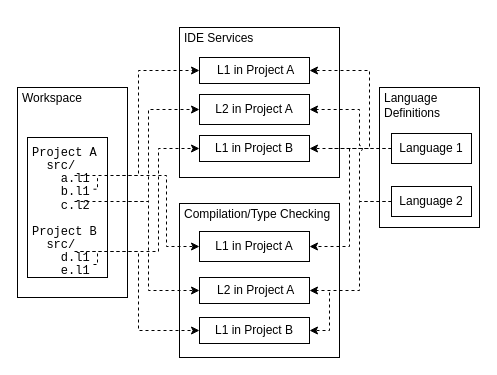
AZWN/Spoofax-pie-diagrams keeps this draw.io diagram as page "Current project" (10 of 12) of Spoofax3 Diagrams.drawio. Above is the earlier version. Source tidied: cells renumbered, new cells numbered last; positions are measured from the earlier drawing's top-left corner, leaving out a move shared by most shapes. Both pictures are drawn from the tidied source at 100%, with x=0, y=0 at pixel (17, 27).
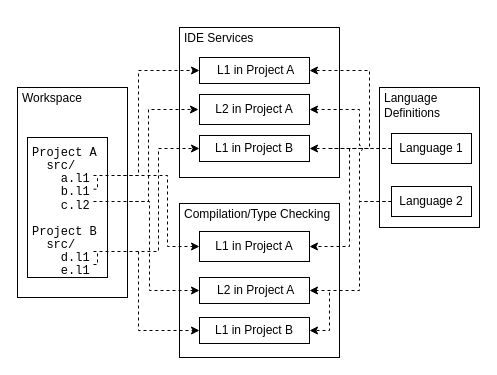
The same page after the edit.

The change refers to these unchanged cells:
```xml
<mxCell id="20" value="&amp;nbsp;L1 in Project A" style="rounded=0;whiteSpace=wrap;html=1;strokeColor=#000000;" parent="1" vertex="1">
  <mxGeometry x="182" y="30" width="110" height="26" as="geometry" />
</mxCell>
<mxCell id="21" value="L2 in Project A" style="rounded=0;whiteSpace=wrap;html=1;strokeColor=#000000;" parent="1" vertex="1">
  <mxGeometry x="182" y="67" width="110" height="30" as="geometry" />
</mxCell>
<mxCell id="22" value="L1 in Project B" style="rounded=0;whiteSpace=wrap;html=1;strokeColor=#000000;" parent="1" vertex="1">
  <mxGeometry x="182" y="108" width="110" height="26" as="geometry" />
</mxCell>
<mxCell id="23" value="&amp;nbsp;L2 in Project A" style="rounded=0;whiteSpace=wrap;html=1;strokeColor=#000000;" parent="1" vertex="1">
  <mxGeometry x="182" y="250" width="110" height="26" as="geometry" />
</mxCell>
<mxCell id="24" value="L1 in Project A" style="rounded=0;whiteSpace=wrap;html=1;strokeColor=#000000;" parent="1" vertex="1">
  <mxGeometry x="182" y="204" width="110" height="30" as="geometry" />
</mxCell>
<mxCell id="25" value="L1 in Project B" style="rounded=0;whiteSpace=wrap;html=1;strokeColor=#000000;" parent="1" vertex="1">
  <mxGeometry x="182" y="290" width="110" height="26" as="geometry" />
</mxCell>
```

Change to the diagram source:
```diff
@@
     <mxCell id="6" style="edgeStyle=orthogonalEdgeStyle;rounded=0;jettySize=auto;html=1;entryX=0;entryY=0.5;entryDx=0;entryDy=0;jumpStyle=arc;dashed=1;" parent="1" edge="1" target="24">
       <mxGeometry relative="1" as="geometry">
-        <mxPoint x="99" y="148" as="sourcePoint" />
+        <mxPoint x="100" y="148" as="sourcePoint" />
         <Array as="points">
-          <mxPoint x="149" y="148" />
-          <mxPoint x="149" y="219" />
+          <mxPoint x="150" y="148" />
+          <mxPoint x="150" y="219" />
         </Array>
       </mxGeometry>
     </mxCell>
     <mxCell id="7" style="edgeStyle=orthogonalEdgeStyle;rounded=0;jumpStyle=arc;jettySize=auto;html=1;entryX=0;entryY=0.5;entryDx=0;entryDy=0;dashed=1;" parent="1" edge="1" target="23">
       <mxGeometry relative="1" as="geometry">
-        <mxPoint x="111" y="174" as="sourcePoint" />
+        <mxPoint x="112" y="174" as="sourcePoint" />
         <Array as="points">
-          <mxPoint x="131" y="174" />
-          <mxPoint x="131" y="263" />
+          <mxPoint x="132" y="174" />
+          <mxPoint x="132" y="263" />
         </Array>
       </mxGeometry>
     </mxCell>
     <mxCell id="8" style="endArrow=classic;html=1;entryX=0;entryY=0.5;entryDx=0;entryDy=0;edgeStyle=orthogonalEdgeStyle;rounded=0;dashed=1;" parent="1" edge="1" target="20">
       <mxGeometry relative="1" as="geometry">
-        <mxPoint x="57" y="148" as="sourcePoint" />
+        <mxPoint x="76" y="148" as="sourcePoint" />
         <Array as="points">
           <mxPoint x="121" y="148" />
           <mxPoint x="121" y="43" />
         </Array>
       </mxGeometry>
     </mxCell>
     <mxCell id="9" style="edgeStyle=orthogonalEdgeStyle;rounded=0;jumpStyle=arc;jettySize=auto;html=1;entryX=0;entryY=0.5;entryDx=0;entryDy=0;dashed=1;" parent="1" edge="1" target="25">
       <mxGeometry relative="1" as="geometry">
-        <mxPoint x="63" y="224" as="sourcePoint" />
+        <mxPoint x="121" y="224" as="sourcePoint" />
         <Array as="points">
           <mxPoint x="121" y="224" />
           <mxPoint x="121" y="303" />
         </Array>
       </mxGeometry>
     </mxCell>
     <mxCell id="10" style="endArrow=classic;html=1;entryX=0;entryY=0.5;entryDx=0;entryDy=0;edgeStyle=orthogonalEdgeStyle;rounded=0;dashed=1;" parent="1" edge="1" target="22">
       <mxGeometry relative="1" as="geometry">
-        <mxPoint x="57" y="224" as="sourcePoint" />
+        <mxPoint x="76" y="224" as="sourcePoint" />
         <Array as="points">
           <mxPoint x="141" y="224" />
           <mxPoint x="141" y="121" />
         </Array>
       </mxGeometry>
     </mxCell>
@@
-    <mxCell id="26" style="endArrow=classic;html=1;entryX=0;entryY=0.5;entryDx=0;entryDy=0;edgeStyle=orthogonalEdgeStyle;rounded=0;dashed=1;" parent="1" edge="1" target="21">
+    <mxCell id="26" style="endArrow=classic;html=1;edgeStyle=orthogonalEdgeStyle;rounded=0;dashed=1;" parent="1" edge="1">
       <mxGeometry relative="1" as="geometry">
-        <mxPoint x="57" y="174" as="sourcePoint" />
+        <mxPoint x="76" y="174" as="sourcePoint" />
+        <mxPoint x="181" y="82" as="targetPoint" />
         <Array as="points">
           <mxPoint x="131" y="174" />
           <mxPoint x="131" y="82" />
         </Array>
       </mxGeometry>
     </mxCell>
```
